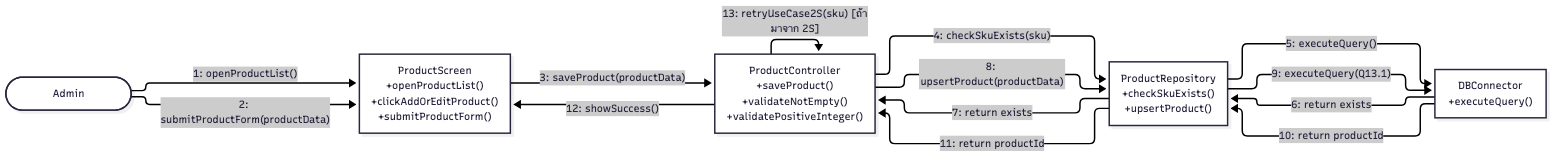
Earlier version of the Mermaid export 03-chapter2-use-case-descriptions/diagrams/png/3A-collaboration.png (xbpkdi/321-sa-proj). Its source is kept beside it as 03-chapter2-use-case-descriptions/diagrams/mmd/3A-collaboration.mmd. Its diagram source:
```mermaid
%%{init: {'flowchart': {'nodeSpacing': 50, 'rankSpacing': 90, 'curve': 'linear'}}}%%
graph LR
    Admin(["Admin"])
    Screen["ProductScreen<br/>+openProductList()<br/>+clickAddOrEditProduct()<br/>+submitProductForm()"]
    PC["ProductController<br/>+saveProduct()<br/>+validateNotEmpty()<br/>+validatePositiveInteger()"]
    ProdRepo["ProductRepository<br/>+checkSkuExists()<br/>+upsertProduct()"]
    DB["DBConnector<br/>+executeQuery()"]

    Admin -->|"1: openProductList()"| Screen
    Admin -->|"2: submitProductForm(productData)"| Screen
    Screen -->|"3: saveProduct(productData)"| PC
    PC -->|"4: checkSkuExists(sku)"| ProdRepo
    ProdRepo -->|"5: executeQuery()"| DB
    DB -->|"6: return exists"| ProdRepo
    ProdRepo -->|"7: return exists"| PC
    PC -->|"8: upsertProduct(productData)"| ProdRepo
    ProdRepo -->|"9: executeQuery(Q13.1)"| DB
    DB -->|"10: return productId"| ProdRepo
    ProdRepo -->|"11: return productId"| PC
    PC -->|"12: showSuccess()"| Screen
    PC -->|"13: retryUseCase2S(sku) [ถ้ามาจาก 2S]"| PC
```
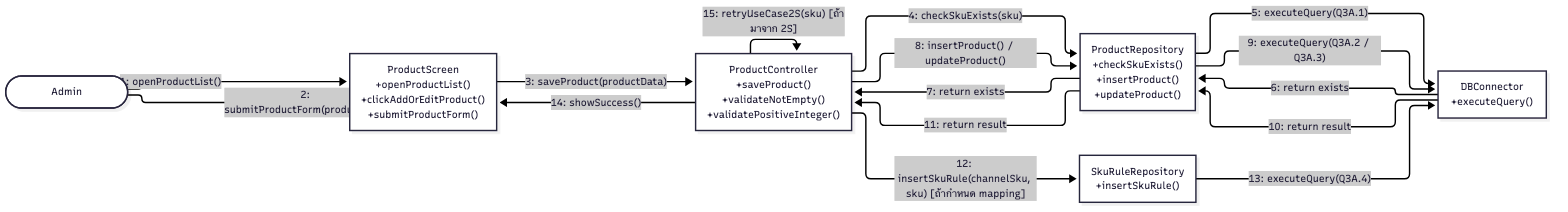
Above is the later version.

The edit, as a diff of the source:
```diff
@@ -3,19 +3,22 @@
     Admin(["Admin"])
     Screen["ProductScreen<br/>+openProductList()<br/>+clickAddOrEditProduct()<br/>+submitProductForm()"]
     PC["ProductController<br/>+saveProduct()<br/>+validateNotEmpty()<br/>+validatePositiveInteger()"]
-    ProdRepo["ProductRepository<br/>+checkSkuExists()<br/>+upsertProduct()"]
+    ProdRepo["ProductRepository<br/>+checkSkuExists()<br/>+insertProduct()<br/>+updateProduct()"]
+    SkuRepo["SkuRuleRepository<br/>+insertSkuRule()"]
     DB["DBConnector<br/>+executeQuery()"]
 
     Admin -->|"1: openProductList()"| Screen
     Admin -->|"2: submitProductForm(productData)"| Screen
     Screen -->|"3: saveProduct(productData)"| PC
     PC -->|"4: checkSkuExists(sku)"| ProdRepo
-    ProdRepo -->|"5: executeQuery()"| DB
+    ProdRepo -->|"5: executeQuery(Q3A.1)"| DB
     DB -->|"6: return exists"| ProdRepo
     ProdRepo -->|"7: return exists"| PC
-    PC -->|"8: upsertProduct(productData)"| ProdRepo
-    ProdRepo -->|"9: executeQuery(Q13.1)"| DB
-    DB -->|"10: return productId"| ProdRepo
-    ProdRepo -->|"11: return productId"| PC
-    PC -->|"12: showSuccess()"| Screen
-    PC -->|"13: retryUseCase2S(sku) [ถ้ามาจาก 2S]"| PC
+    PC -->|"8: insertProduct() / updateProduct()"| ProdRepo
+    ProdRepo -->|"9: executeQuery(Q3A.2 / Q3A.3)"| DB
+    DB -->|"10: return result"| ProdRepo
+    ProdRepo -->|"11: return result"| PC
+    PC -->|"12: insertSkuRule(channelSku, sku) [ถ้ากำหนด mapping]"| SkuRepo
+    SkuRepo -->|"13: executeQuery(Q3A.4)"| DB
+    PC -->|"14: showSuccess()"| Screen
+    PC -->|"15: retryUseCase2S(sku) [ถ้ามาจาก 2S]"| PC
```
